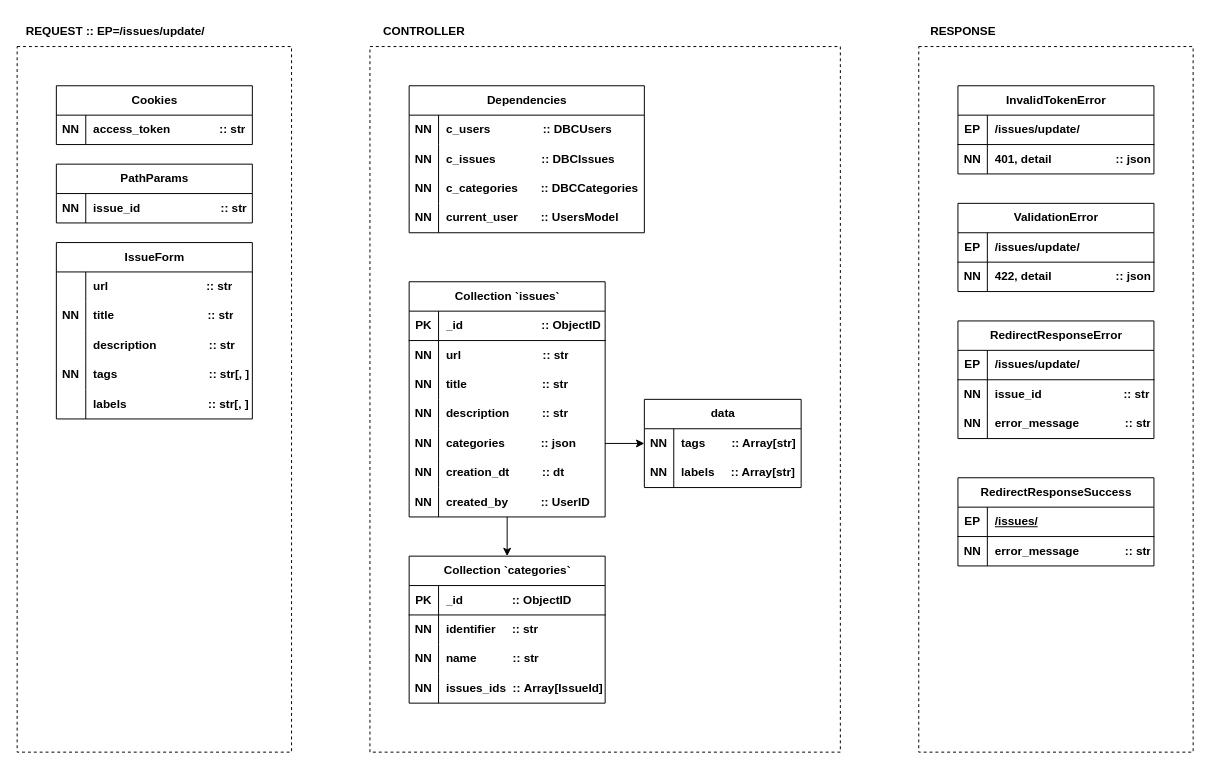
ames0k0/Ticket keeps this draw.io diagram as page "/issues/update/post" (2 of 4) of contributors/issues/update/post/Diagram.drawio. Above is the earlier version. Source tidied: cells renumbered, new cells numbered last; positions are measured from the earlier drawing's top-left corner, leaving out a move shared by most shapes. Both pictures are drawn from the tidied source at 98%, with x=0, y=0 at pixel (17, 17).
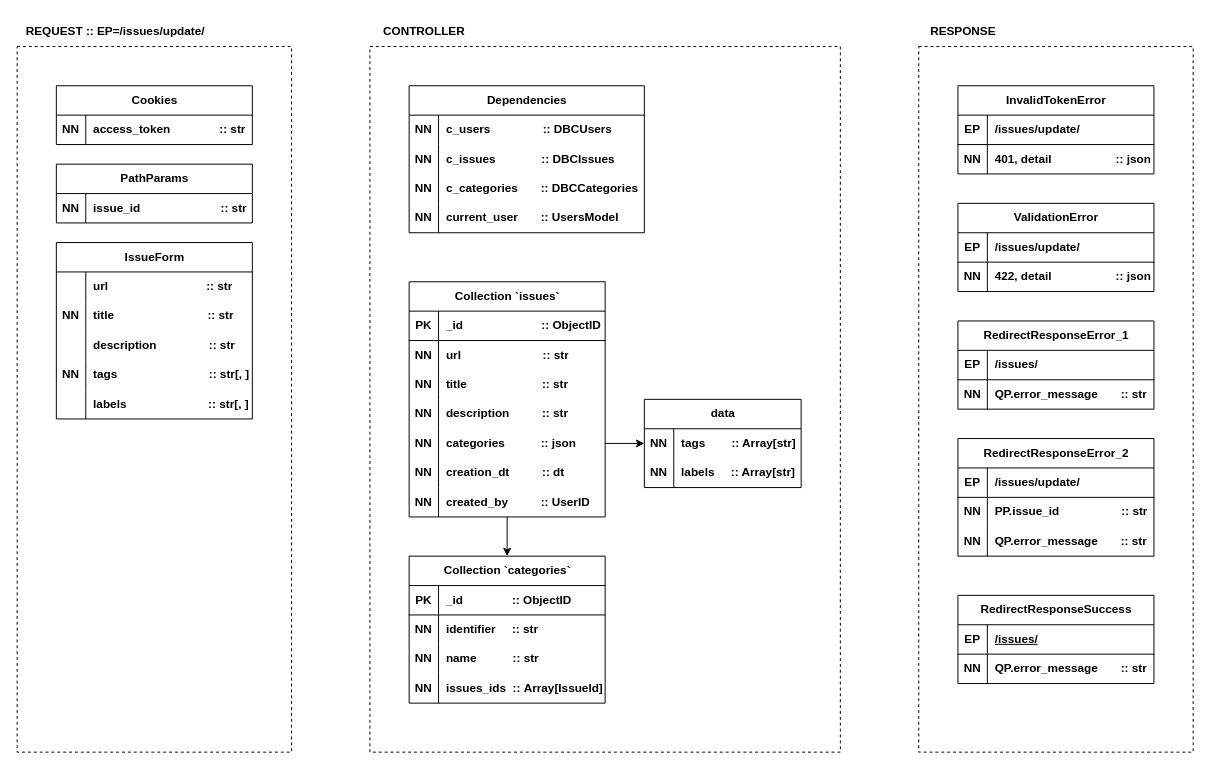
The same diagram, later.

Commit message (it also covers changes not shown here):
[ticket] Contributors: Issues::Update::POST

The change refers to these unchanged cells:
```xml
<mxCell id="63" style="shape=tableRow;horizontal=0;startSize=0;swimlaneHead=0;swimlaneBody=0;fillColor=none;top=0;left=0;right=0;bottom=1;" parent="62" vertex="1">
  <mxGeometry y="30" width="200" height="30" as="geometry" />
</mxCell>
<mxCell id="76" style="shape=tableRow;horizontal=0;startSize=0;swimlaneHead=0;swimlaneBody=0;fillColor=none;top=0;left=0;right=0;bottom=0;" parent="72" vertex="1">
  <mxGeometry y="60" width="200" height="30" as="geometry" />
</mxCell>
```

The edit, as a diff of the source:
```diff
@@
-    <mxCell id="62" value="RedirectResponseError" style="shape=table;startSize=30;childLayout=tableLayout;rowLines=0;fontStyle=1;align=center;html=1;" parent="1" vertex="1">
-      <mxGeometry x="960" y="310" width="200" height="120" as="geometry" />
+    <mxCell id="62" value="RedirectResponseError_1" style="shape=table;startSize=30;childLayout=tableLayout;rowLines=0;fontStyle=1;align=center;html=1;" parent="1" vertex="1">
+      <mxGeometry x="960" y="310" width="200" height="90" as="geometry" />
     </mxCell>
@@
-    <mxCell id="65" value="/issues/update/" style="shape=partialRectangle;fillColor=none;top=0;left=0;bottom=0;right=0;align=left;spacingLeft=6;fontStyle=1;overflow=hidden;whiteSpace=wrap;html=1;" parent="63" vertex="1">
+    <mxCell id="65" value="/issues/" style="shape=partialRectangle;fillColor=none;top=0;left=0;bottom=0;right=0;align=left;spacingLeft=6;fontStyle=1;overflow=hidden;whiteSpace=wrap;html=1;" parent="63" vertex="1">
       <mxGeometry x="30" width="170" height="30" as="geometry" />
     </mxCell>
-    <mxCell id="66" style="shape=tableRow;horizontal=0;startSize=0;swimlaneHead=0;swimlaneBody=0;fillColor=none;top=0;left=0;right=0;bottom=0;" parent="62" vertex="1">
-      <mxGeometry y="60" width="200" height="30" as="geometry" />
-    </mxCell>
-    <mxCell id="67" value="&lt;b&gt;NN&lt;/b&gt;" style="shape=partialRectangle;fillColor=none;top=0;left=0;bottom=0;right=0;overflow=hidden;whiteSpace=wrap;html=1;" parent="66" vertex="1">
-      <mxGeometry width="30" height="30" as="geometry" />
-    </mxCell>
-    <mxCell id="68" value="issue_id&amp;nbsp; &amp;nbsp; &amp;nbsp; &amp;nbsp; &amp;nbsp; &amp;nbsp; &amp;nbsp; &amp;nbsp; &amp;nbsp; &amp;nbsp; &amp;nbsp; &amp;nbsp; &amp;nbsp;:: str" style="shape=partialRectangle;fillColor=none;top=0;left=0;bottom=0;right=0;align=left;spacingLeft=6;overflow=hidden;whiteSpace=wrap;html=1;fontStyle=1;" parent="66" vertex="1">
-      <mxGeometry x="30" width="170" height="30" as="geometry" />
-    </mxCell>
     <mxCell id="69" style="shape=tableRow;horizontal=0;startSize=0;swimlaneHead=0;swimlaneBody=0;fillColor=none;top=0;left=0;right=0;bottom=0;" parent="62" vertex="1">
-      <mxGeometry y="90" width="200" height="30" as="geometry" />
+      <mxGeometry y="60" width="200" height="30" as="geometry" />
     </mxCell>
@@
-    <mxCell id="71" value="error_message&amp;nbsp;&amp;nbsp;&amp;nbsp;&amp;nbsp; &amp;nbsp; &amp;nbsp; &amp;nbsp; &amp;nbsp; &amp;nbsp;:: &lt;span&gt;str&lt;/span&gt;" style="shape=partialRectangle;fillColor=none;top=0;left=0;bottom=0;right=0;align=left;spacingLeft=6;overflow=hidden;whiteSpace=wrap;html=1;fontStyle=1;" parent="69" vertex="1">
+    <mxCell id="71" value="QP.error_message&amp;nbsp; &amp;nbsp; &amp;nbsp; &amp;nbsp;:: &lt;span&gt;str&lt;/span&gt;" style="shape=partialRectangle;fillColor=none;top=0;left=0;bottom=0;right=0;align=left;spacingLeft=6;overflow=hidden;whiteSpace=wrap;html=1;fontStyle=1;" parent="69" vertex="1">
       <mxGeometry x="30" width="170" height="30" as="geometry" />
     </mxCell>
     <mxCell id="72" value="RedirectResponseSuccess" style="shape=table;startSize=30;childLayout=tableLayout;rowLines=0;fontStyle=1;align=center;html=1;" parent="1" vertex="1">
-      <mxGeometry x="960" y="470" width="200" height="90" as="geometry" />
+      <mxGeometry x="960" y="590" width="200" height="90" as="geometry" />
     </mxCell>
@@
-    <mxCell id="78" value="error_message&amp;nbsp;&amp;nbsp;&amp;nbsp;&amp;nbsp; &amp;nbsp; &amp;nbsp; &amp;nbsp; &amp;nbsp; &amp;nbsp;:: &lt;span&gt;str&lt;/span&gt;" style="shape=partialRectangle;fillColor=none;top=0;left=0;bottom=0;right=0;align=left;spacingLeft=6;overflow=hidden;whiteSpace=wrap;html=1;fontStyle=1;" parent="76" vertex="1">
+    <mxCell id="78" value="QP.error_message&amp;nbsp; &amp;nbsp; &amp;nbsp; &amp;nbsp;:: &lt;span&gt;str&lt;/span&gt;" style="shape=partialRectangle;fillColor=none;top=0;left=0;bottom=0;right=0;align=left;spacingLeft=6;overflow=hidden;whiteSpace=wrap;html=1;fontStyle=1;" parent="76" vertex="1">
       <mxGeometry x="30" width="170" height="30" as="geometry" />
     </mxCell>
@@
+    <mxCell id="120" value="RedirectResponseError_2" style="shape=table;startSize=30;childLayout=tableLayout;rowLines=0;fontStyle=1;align=center;html=1;" parent="1" vertex="1">
+      <mxGeometry x="960" y="430" width="200" height="120" as="geometry" />
+    </mxCell>
+    <mxCell id="121" style="shape=tableRow;horizontal=0;startSize=0;swimlaneHead=0;swimlaneBody=0;fillColor=none;top=0;left=0;right=0;bottom=1;" parent="120" vertex="1">
+      <mxGeometry y="30" width="200" height="30" as="geometry" />
+    </mxCell>
+    <mxCell id="122" value="EP" style="shape=partialRectangle;fillColor=none;top=0;left=0;bottom=0;right=0;fontStyle=1;overflow=hidden;whiteSpace=wrap;html=1;" parent="121" vertex="1">
+      <mxGeometry width="30" height="30" as="geometry" />
+    </mxCell>
+    <mxCell id="123" value="/issues/update/" style="shape=partialRectangle;fillColor=none;top=0;left=0;bottom=0;right=0;align=left;spacingLeft=6;fontStyle=1;overflow=hidden;whiteSpace=wrap;html=1;" parent="121" vertex="1">
+      <mxGeometry x="30" width="170" height="30" as="geometry" />
+    </mxCell>
+    <mxCell id="66" style="shape=tableRow;horizontal=0;startSize=0;swimlaneHead=0;swimlaneBody=0;fillColor=none;top=0;left=0;right=0;bottom=0;" parent="120" vertex="1">
+      <mxGeometry y="60" width="200" height="30" as="geometry" />
+    </mxCell>
+    <mxCell id="124" value="&lt;b&gt;NN&lt;/b&gt;" style="shape=partialRectangle;fillColor=none;top=0;left=0;bottom=0;right=0;overflow=hidden;whiteSpace=wrap;html=1;" parent="66" vertex="1">
+      <mxGeometry width="30" height="30" as="geometry" />
+    </mxCell>
+    <mxCell id="125" value="PP.issue_id&amp;nbsp; &amp;nbsp; &amp;nbsp; &amp;nbsp; &amp;nbsp; &amp;nbsp; &amp;nbsp; &amp;nbsp; &amp;nbsp; &amp;nbsp;:: str" style="shape=partialRectangle;fillColor=none;top=0;left=0;bottom=0;right=0;align=left;spacingLeft=6;overflow=hidden;whiteSpace=wrap;html=1;fontStyle=1;" parent="66" vertex="1">
+      <mxGeometry x="30" width="170" height="30" as="geometry" />
+    </mxCell>
+    <mxCell id="126" style="shape=tableRow;horizontal=0;startSize=0;swimlaneHead=0;swimlaneBody=0;fillColor=none;top=0;left=0;right=0;bottom=0;" parent="120" vertex="1">
+      <mxGeometry y="90" width="200" height="30" as="geometry" />
+    </mxCell>
+    <mxCell id="127" value="&lt;b&gt;NN&lt;/b&gt;" style="shape=partialRectangle;fillColor=none;top=0;left=0;bottom=0;right=0;overflow=hidden;whiteSpace=wrap;html=1;" parent="126" vertex="1">
+      <mxGeometry width="30" height="30" as="geometry" />
+    </mxCell>
+    <mxCell id="128" value="QP.error_message&amp;nbsp; &amp;nbsp; &amp;nbsp; &amp;nbsp;:: &lt;span&gt;str&lt;/span&gt;" style="shape=partialRectangle;fillColor=none;top=0;left=0;bottom=0;right=0;align=left;spacingLeft=6;overflow=hidden;whiteSpace=wrap;html=1;fontStyle=1;" parent="126" vertex="1">
+      <mxGeometry x="30" width="170" height="30" as="geometry" />
+    </mxCell>
```
